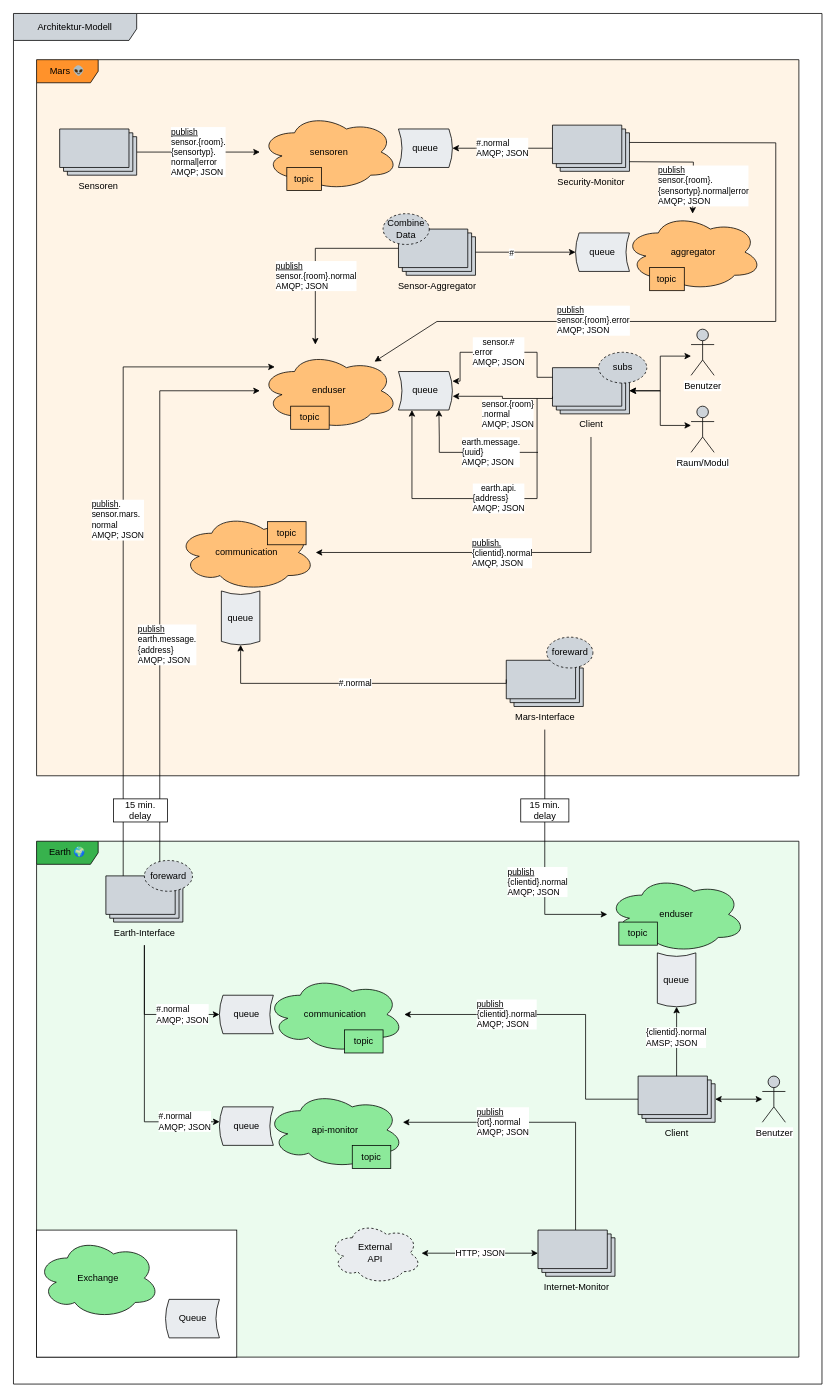
The draw.io diagram docs/Architektur-Modell.drawio in leo-3108/mi-fddw-mars-colonisation-gedrath-pelzer, before the edit. Source tidied: cells renumbered, new cells numbered last; positions are measured from the earlier drawing's top-left corner, leaving out a move shared by most shapes. Both pictures are drawn from the tidied source at 77%, with x=0, y=0 at pixel (13, 13).
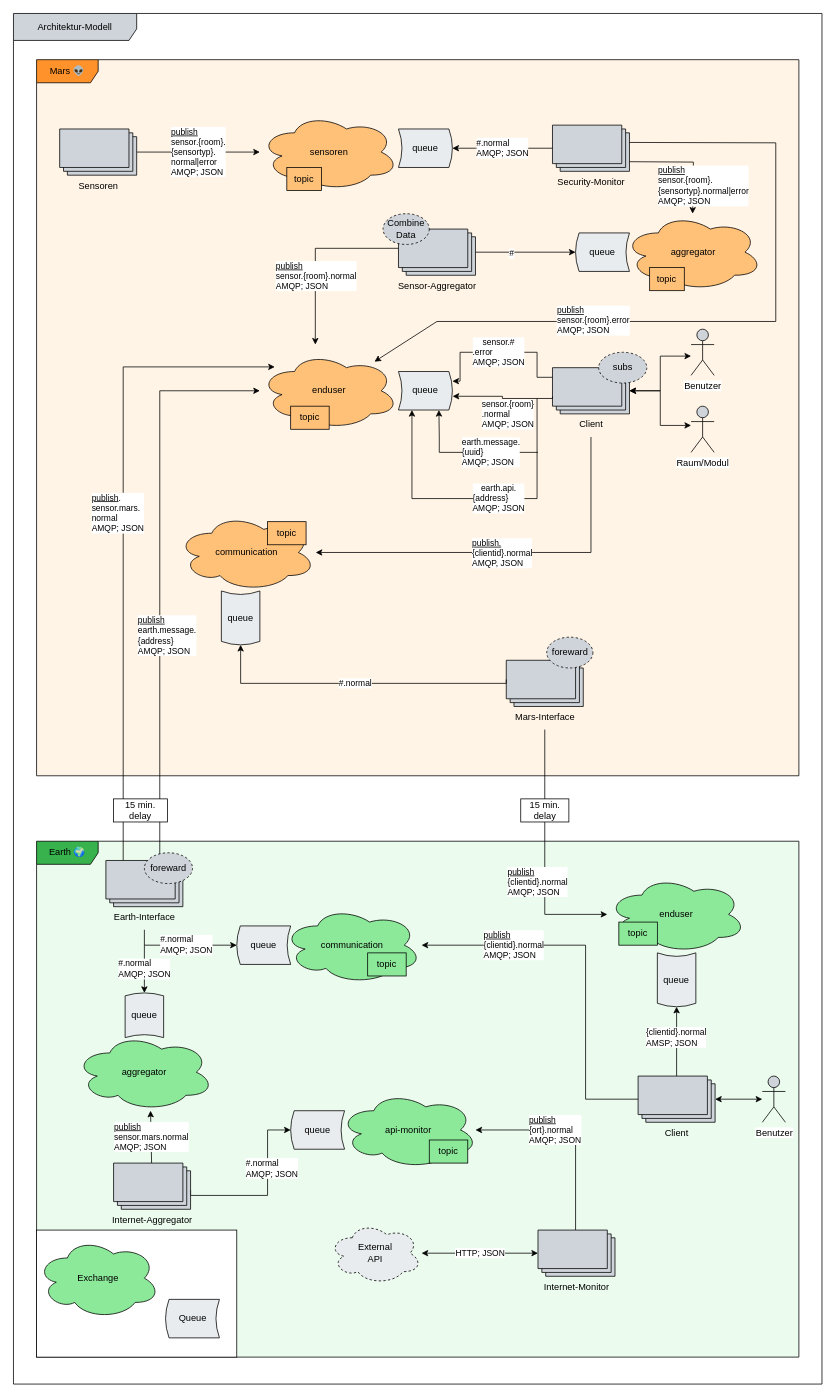
The same page after the edit.

The change refers to these unchanged cells:
```xml
<mxCell id="48" value="&lt;font face=&quot;IBM Plex Mono&quot;&gt;Client&lt;/font&gt;" style="verticalLabelPosition=bottom;verticalAlign=top;html=1;shape=mxgraph.basic.layered_rect;dx=10;outlineConnect=0;fillColor=#ced4da;" parent="1" vertex="1">
  <mxGeometry x="811.2" y="1380" width="100" height="60" as="geometry" />
</mxCell>
<mxCell id="53" value="&lt;font face=&quot;IBM Plex Mono&quot;&gt;Internet-Monitor&lt;/font&gt;" style="verticalLabelPosition=bottom;verticalAlign=top;html=1;shape=mxgraph.basic.layered_rect;dx=10;outlineConnect=0;fillColor=#ced4da;" parent="1" vertex="1">
  <mxGeometry x="681.2" y="1580" width="100" height="60" as="geometry" />
</mxCell>
```

Change to the diagram source:
```diff
@@
     <mxCell id="32" value="&lt;font face=&quot;IBM Plex Mono&quot;&gt;Earth-Interface&lt;br&gt;&lt;/font&gt;" style="verticalLabelPosition=bottom;verticalAlign=top;html=1;shape=mxgraph.basic.layered_rect;dx=10;outlineConnect=0;fillColor=#ced4da;" parent="1" vertex="1">
-      <mxGeometry x="120" y="1120" width="100" height="60" as="geometry" />
+      <mxGeometry x="120" y="1100" width="100" height="60" as="geometry" />
     </mxCell>
     <mxCell id="33" value="communication" style="ellipse;shape=cloud;whiteSpace=wrap;html=1;fontFamily=IBM Plex Sans;FType=g;fillColor=#8CE99A;" parent="1" vertex="1">
-      <mxGeometry x="327.5" y="1250" width="180" height="100" as="geometry" />
+      <mxGeometry x="350" y="1160" width="180" height="100" as="geometry" />
     </mxCell>
     <mxCell id="34" value="api-monitor" style="ellipse;shape=cloud;whiteSpace=wrap;html=1;fontFamily=IBM Plex Sans;FType=g;fillColor=#8ce99a;" parent="1" vertex="1">
-      <mxGeometry x="327.5" y="1400" width="180" height="100" as="geometry" />
+      <mxGeometry x="423" y="1400" width="180" height="100" as="geometry" />
     </mxCell>
     <mxCell id="35" value="#.normal&lt;br&gt;AMQP; JSON" style="edgeStyle=orthogonalEdgeStyle;rounded=0;jettySize=auto;html=1;align=left;fontFamily=IBM Plex Mono;entryX=0;entryY=0.5;entryDx=0;entryDy=0;" parent="1" edge="1" target="37">
-      <mxGeometry y="10" relative="1" as="geometry">
-        <mxPoint x="170" y="1210" as="sourcePoint" />
+      <mxGeometry x="-0.59" y="10" relative="1" as="geometry">
+        <mxPoint x="170" y="1190" as="sourcePoint" />
         <Array as="points">
-          <mxPoint x="170" y="1300" />
+          <mxPoint x="170" y="1210" />
         </Array>
         <mxPoint x="10" y="10" as="offset" />
       </mxGeometry>
     </mxCell>
-    <mxCell id="36" value="#.normal&lt;br&gt;AMQP; JSON" style="edgeStyle=orthogonalEdgeStyle;rounded=0;jettySize=auto;html=1;align=left;fontFamily=IBM Plex Mono;entryX=0.003;entryY=0.387;entryDx=0;entryDy=0;entryPerimeter=0;" parent="1" edge="1" target="75">
-      <mxGeometry x="0.44" y="10" relative="1" as="geometry">
-        <mxPoint x="170" y="1210" as="sourcePoint" />
+    <mxCell id="36" value="#.normal&lt;br&gt;AMQP; JSON" style="edgeStyle=orthogonalEdgeStyle;rounded=0;jettySize=auto;html=1;align=left;fontFamily=IBM Plex Mono;entryX=0;entryY=0.5;entryDx=0;entryDy=0;exitX=0;exitY=0;exitDx=100;exitDy=35;exitPerimeter=0;" parent="1" edge="1" source="79" target="75">
+      <mxGeometry x="0.28" y="30" relative="1" as="geometry">
         <Array as="points">
-          <mxPoint x="170" y="1439" />
+          <mxPoint x="330" y="1535" />
+          <mxPoint x="330" y="1450" />
         </Array>
-        <mxPoint x="10" y="10" as="offset" />
       </mxGeometry>
     </mxCell>
     <mxCell id="37" value="&lt;font face=&quot;IBM Plex Mono&quot;&gt;queue&lt;/font&gt;" style="shape=dataStorage;whiteSpace=wrap;html=1;fillColor=#E9ECEF;size=0.06470588235293984;direction=east;" parent="1" vertex="1">
-      <mxGeometry x="267.5" y="1275" width="70" height="50" as="geometry" />
+      <mxGeometry x="290" y="1185" width="70" height="50" as="geometry" />
     </mxCell>
     <mxCell id="38" value="&lt;span style=&quot;font-family: &amp;#34;ibm plex mono&amp;#34;&quot;&gt;topic&lt;/span&gt;" style="rounded=0;whiteSpace=wrap;html=1;fillColor=#8CE99A;align=center;" parent="1" vertex="1">
-      <mxGeometry x="430" y="1320" width="50" height="30" as="geometry" />
+      <mxGeometry x="460" y="1220" width="50" height="30" as="geometry" />
     </mxCell>
@@
     <mxCell id="47" value="&lt;u&gt;publish&lt;/u&gt;&lt;br&gt;{&lt;span style=&quot;text-align: center&quot;&gt;clientid&lt;/span&gt;}.normal&lt;br&gt;AMQP; JSON" style="edgeStyle=orthogonalEdgeStyle;rounded=0;jettySize=auto;html=1;startArrow=none;startFill=0;endArrow=classic;endFill=1;endSize=6;fontFamily=IBM Plex Mono;align=left;" parent="1" edge="1" source="48" target="33">
-      <mxGeometry x="0.55" relative="1" as="geometry">
+      <mxGeometry x="0.67" relative="1" as="geometry">
         <Array as="points">
           <mxPoint x="743" y="1410" />
-          <mxPoint x="743" y="1300" />
+          <mxPoint x="743" y="1210" />
         </Array>
       </mxGeometry>
     </mxCell>
@@
-    <mxCell id="52" value="&lt;u&gt;publish&lt;/u&gt;&lt;br&gt;{ort}.normal&lt;br&gt;AMQP; JSON" style="edgeStyle=orthogonalEdgeStyle;rounded=0;jettySize=auto;html=1;startArrow=none;startFill=0;endArrow=classic;endFill=1;endSize=6;fontFamily=IBM Plex Mono;align=left;" parent="1" edge="1" source="53" target="34">
+    <mxCell id="52" value="&lt;u&gt;publish&lt;/u&gt;&lt;br&gt;{ort}.normal&lt;br&gt;AMQP; JSON" style="edgeStyle=orthogonalEdgeStyle;rounded=0;jettySize=auto;html=1;startArrow=none;startFill=0;endArrow=classic;endFill=1;endSize=6;fontFamily=IBM Plex Mono;align=left;" parent="1" edge="1" source="53">
       <mxGeometry x="0.48" relative="1" as="geometry">
+        <mxPoint x="600" y="1450" as="targetPoint" />
         <Array as="points">
-          <mxPoint x="730" y="1610" />
-          <mxPoint x="730" y="1440" />
+          <mxPoint x="730" y="1450" />
         </Array>
       </mxGeometry>
     </mxCell>
@@
     <mxCell id="57" value="&lt;font face=&quot;IBM Plex Sans&quot;&gt;foreward&lt;/font&gt;" style="ellipse;whiteSpace=wrap;html=1;strokeWidth=1;fillColor=#CED4DA;dashed=1;" parent="1" vertex="1">
-      <mxGeometry x="170" y="1100" width="62.5" height="40" as="geometry" />
+      <mxGeometry x="170" y="1090" width="62.5" height="40" as="geometry" />
     </mxCell>
@@
     <mxCell id="71" value="&lt;span style=&quot;font-family: &amp;#34;ibm plex mono&amp;#34;&quot;&gt;topic&lt;/span&gt;" style="rounded=0;whiteSpace=wrap;html=1;fillColor=#8CE99A;align=center;" parent="1" vertex="1">
-      <mxGeometry x="440" y="1470" width="50" height="30" as="geometry" />
+      <mxGeometry x="540" y="1463" width="50" height="30" as="geometry" />
     </mxCell>
@@
     <mxCell id="75" value="&lt;font face=&quot;IBM Plex Mono&quot;&gt;queue&lt;/font&gt;" style="shape=dataStorage;whiteSpace=wrap;html=1;fillColor=#E9ECEF;size=0.06470588235293984;direction=east;" parent="1" vertex="1">
-      <mxGeometry x="267.5" y="1420" width="70" height="50" as="geometry" />
+      <mxGeometry x="360" y="1425" width="70" height="50" as="geometry" />
     </mxCell>
@@
+    <mxCell id="79" value="&lt;font face=&quot;IBM Plex Mono&quot;&gt;Internet-Aggregator&lt;/font&gt;" style="verticalLabelPosition=bottom;verticalAlign=top;html=1;shape=mxgraph.basic.layered_rect;dx=10;outlineConnect=0;fillColor=#ced4da;" parent="1" vertex="1">
+      <mxGeometry x="130" y="1493" width="100" height="60" as="geometry" />
+    </mxCell>
+    <mxCell id="80" value="aggregator" style="ellipse;shape=cloud;whiteSpace=wrap;html=1;fontFamily=IBM Plex Sans;FType=g;fillColor=#8CE99A;" parent="1" vertex="1">
+      <mxGeometry x="80" y="1325" width="180" height="100" as="geometry" />
+    </mxCell>
+    <mxCell id="81" value="&lt;div style=&quot;text-align: left&quot;&gt;&lt;span style=&quot;font-family: &amp;#34;ibm plex mono&amp;#34;&quot;&gt;&lt;u&gt;publish&lt;/u&gt;&lt;/span&gt;&lt;/div&gt;&lt;span style=&quot;color: rgb(0 , 0 , 0) ; font-family: &amp;#34;ibm plex mono&amp;#34; ; font-size: 11px ; font-style: normal ; font-weight: normal ; letter-spacing: normal ; text-indent: 0px ; text-transform: none ; word-spacing: 0px ; background-color: rgb(255 , 255 , 255) ; text-decoration: none ; float: none ; display: inline&quot;&gt;sensor.mars&lt;span style=&quot;text-align: left&quot;&gt;.normal&lt;/span&gt;&lt;br&gt;&lt;div style=&quot;text-align: left&quot;&gt;AMQP; JSON&lt;/div&gt;&lt;/span&gt;" style="endArrow=classic;html=1;spacing=2;" parent="1" edge="1" source="79">
+      <mxGeometry relative="1" as="geometry">
+        <mxPoint x="178" y="1425" as="targetPoint" />
+      </mxGeometry>
+    </mxCell>
+    <mxCell id="82" value="&lt;font face=&quot;IBM Plex Mono&quot;&gt;queue&lt;/font&gt;" style="shape=dataStorage;whiteSpace=wrap;html=1;fillColor=#E9ECEF;size=0.06470588235293984;direction=south;" parent="1" vertex="1">
+      <mxGeometry x="145" y="1272" width="50" height="58" as="geometry" />
+    </mxCell>
+    <mxCell id="83" value="&lt;div style=&quot;text-align: left&quot;&gt;&lt;/div&gt;&lt;span style=&quot;color: rgb(0 , 0 , 0) ; font-family: &amp;#34;ibm plex mono&amp;#34; ; font-size: 11px ; font-style: normal ; font-weight: normal ; letter-spacing: normal ; text-indent: 0px ; text-transform: none ; word-spacing: 0px ; background-color: rgb(255 , 255 , 255) ; text-decoration: none ; float: none ; display: inline&quot;&gt;&lt;div style=&quot;text-align: left&quot;&gt;#.normal&lt;/div&gt;&lt;/span&gt;&lt;span style=&quot;color: rgb(0 , 0 , 0) ; font-family: &amp;#34;ibm plex mono&amp;#34; ; font-size: 11px ; font-style: normal ; font-weight: normal ; letter-spacing: normal ; text-align: left ; text-indent: 0px ; text-transform: none ; word-spacing: 0px ; background-color: rgb(255 , 255 , 255) ; text-decoration: none ; float: none ; display: inline&quot;&gt;AMQP; JSON&lt;/span&gt;" style="endArrow=classic;html=1;entryX=0;entryY=0.5;entryDx=0;entryDy=0;" parent="1" edge="1" target="82">
+      <mxGeometry relative="1" as="geometry">
+        <mxPoint x="170" y="1210" as="sourcePoint" />
+      </mxGeometry>
+    </mxCell>
```
